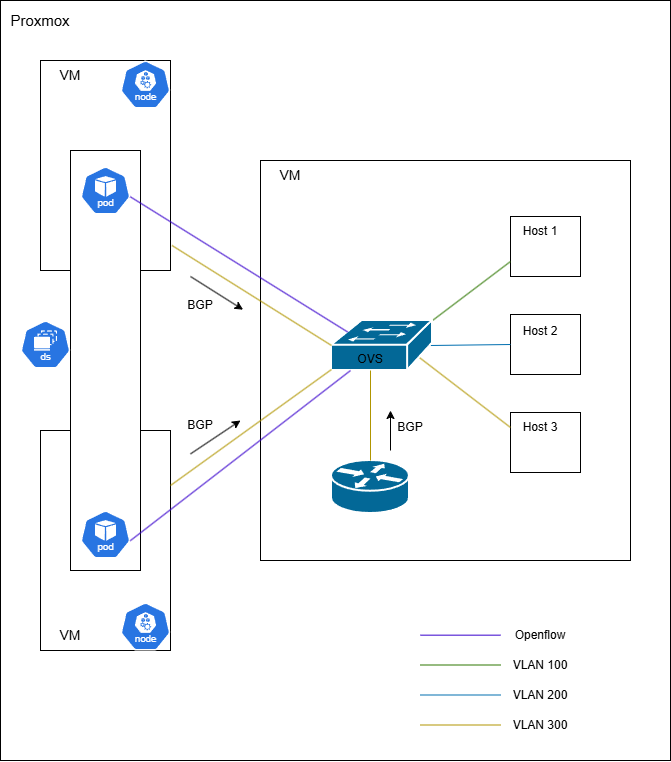
This is images/bgp_plan.drawio.png from bmzsombi/diplomaterv, a draw.io export, as it was before one commit. Source tidied: cells renumbered, new cells last; positions are measured from the earlier drawing's top-left corner, leaving out a move shared by most shapes.
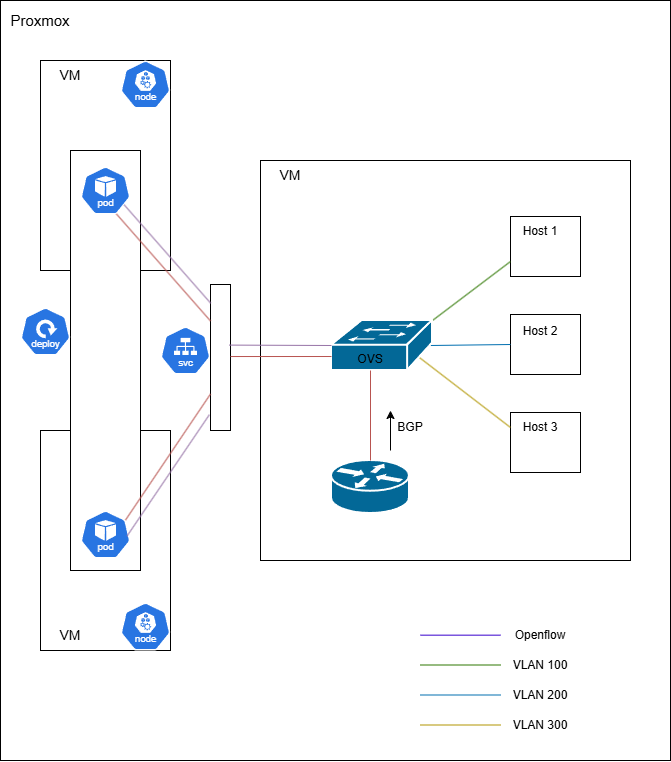
The same file after the commit.

What changed in the source:
```diff
@@ -26,9 +26,6 @@
     <mxCell id="9" style="rounded=0;whiteSpace=wrap;html=1;" parent="1" vertex="1">
       <mxGeometry x="70" y="150" width="70" height="420" as="geometry" />
     </mxCell>
-    <mxCell id="10" style="sketch=0;html=1;dashed=0;whitespace=wrap;verticalLabelPosition=bottom;verticalAlign=top;fillColor=#2875E2;strokeColor=#ffffff;shape=mxgraph.kubernetes.icon2;kubernetesLabel=1;prIcon=ds;" parent="1" vertex="1">
-      <mxGeometry x="20" y="320" width="50" height="48" as="geometry" />
-    </mxCell>
     <mxCell id="11" style="sketch=0;html=1;dashed=0;whitespace=wrap;verticalLabelPosition=bottom;verticalAlign=top;fillColor=#2875E2;strokeColor=#ffffff;points=[[0.005,0.63,0],[0.1,0.2,0],[0.9,0.2,0],[0.5,0,0],[0.995,0.63,0],[0.72,0.99,0],[0.5,1,0],[0.28,0.99,0]];shape=mxgraph.kubernetes.icon2;kubernetesLabel=1;prIcon=pod;" parent="1" vertex="1">
       <mxGeometry x="80" y="510" width="50" height="48" as="geometry" />
     </mxCell>
@@ -107,23 +104,11 @@
     <mxCell id="33" value="OVS" style="text;html=1;whiteSpace=wrap;strokeColor=none;fillColor=none;align=center;verticalAlign=middle;rounded=0;" parent="1" vertex="1">
       <mxGeometry x="340" y="344" width="60" height="30" as="geometry" />
     </mxCell>
-    <mxCell id="34" style="endArrow=none;html=1;rounded=0;entryX=0.5;entryY=0;entryDx=0;entryDy=0;fillColor=#e3c800;strokeColor=#B09500;entryPerimeter=0;" parent="1" edge="1" target="16">
+    <mxCell id="34" style="endArrow=none;html=1;rounded=0;entryX=0.5;entryY=0;entryDx=0;entryDy=0;fillColor=#f8cecc;strokeColor=#b85450;entryPerimeter=0;" parent="1" edge="1" target="16">
       <mxGeometry relative="1" as="geometry">
         <mxPoint x="370" y="370" as="sourcePoint" />
       </mxGeometry>
     </mxCell>
-    <mxCell id="35" style="endArrow=none;html=1;rounded=0;entryX=0;entryY=0.5;entryDx=0;entryDy=0;fillColor=#e3c800;strokeColor=#B09500;entryPerimeter=0;exitX=1.012;exitY=0.881;exitDx=0;exitDy=0;exitPerimeter=0;" parent="1" edge="1" source="5" target="32">
-      <mxGeometry relative="1" as="geometry" />
-    </mxCell>
-    <mxCell id="36" style="endArrow=none;html=1;rounded=0;entryX=1;entryY=0.25;entryDx=0;entryDy=0;fillColor=#e3c800;strokeColor=#B09500;exitX=0;exitY=0.98;exitDx=0;exitDy=0;exitPerimeter=0;" parent="1" edge="1" source="32" target="4">
-      <mxGeometry relative="1" as="geometry" />
-    </mxCell>
-    <mxCell id="37" style="endArrow=none;html=1;rounded=0;entryX=0.995;entryY=0.63;entryDx=0;entryDy=0;exitX=0.16;exitY=0.23;exitDx=0;exitDy=0;exitPerimeter=0;entryPerimeter=0;fillColor=#6a00ff;strokeColor=#3700CC;" parent="1" edge="1" source="32" target="12">
-      <mxGeometry relative="1" as="geometry" />
-    </mxCell>
-    <mxCell id="38" style="endArrow=none;html=1;rounded=0;entryX=0.995;entryY=0.63;entryDx=0;entryDy=0;exitX=0.167;exitY=0.867;exitDx=0;exitDy=0;entryPerimeter=0;fillColor=#6a00ff;strokeColor=#3700CC;exitPerimeter=0;" parent="1" edge="1" source="33" target="11">
-      <mxGeometry relative="1" as="geometry" />
-    </mxCell>
     <mxCell id="39" style="endArrow=none;html=1;rounded=0;fillColor=#6a00ff;strokeColor=#3700CC;" parent="1" edge="1">
       <mxGeometry relative="1" as="geometry">
         <mxPoint x="420" y="634.7" as="sourcePoint" />
@@ -133,24 +118,6 @@
     <mxCell id="40" value="Openflow" style="text;html=1;whiteSpace=wrap;strokeColor=none;fillColor=none;align=center;verticalAlign=middle;rounded=0;" parent="1" vertex="1">
       <mxGeometry x="510" y="620" width="60" height="30" as="geometry" />
     </mxCell>
-    <mxCell id="41" style="endArrow=classic;html=1;rounded=0;" parent="1" edge="1">
-      <mxGeometry relative="1" as="geometry">
-        <mxPoint x="190" y="453.4" as="sourcePoint" />
-        <mxPoint x="240" y="420" as="targetPoint" />
-      </mxGeometry>
-    </mxCell>
-    <mxCell id="42" value="BGP" style="text;html=1;whiteSpace=wrap;strokeColor=none;fillColor=none;align=center;verticalAlign=middle;rounded=0;" parent="1" vertex="1">
-      <mxGeometry x="170" y="410" width="60" height="30" as="geometry" />
-    </mxCell>
-    <mxCell id="43" style="endArrow=classic;html=1;rounded=0;entryX=0.007;entryY=0.408;entryDx=0;entryDy=0;entryPerimeter=0;" parent="1" edge="1">
-      <mxGeometry relative="1" as="geometry">
-        <mxPoint x="190" y="276" as="sourcePoint" />
-        <mxPoint x="242.6" y="309.2" as="targetPoint" />
-      </mxGeometry>
-    </mxCell>
-    <mxCell id="44" value="BGP" style="text;html=1;whiteSpace=wrap;strokeColor=none;fillColor=none;align=center;verticalAlign=middle;rounded=0;" parent="1" vertex="1">
-      <mxGeometry x="170" y="290" width="60" height="30" as="geometry" />
-    </mxCell>
     <mxCell id="45" style="endArrow=classic;html=1;rounded=0;" parent="1" edge="1">
       <mxGeometry relative="1" as="geometry">
         <mxPoint x="390" y="450" as="sourcePoint" />
@@ -160,5 +127,35 @@
     <mxCell id="46" value="BGP" style="text;html=1;whiteSpace=wrap;strokeColor=none;fillColor=none;align=center;verticalAlign=middle;rounded=0;" parent="1" vertex="1">
       <mxGeometry x="380" y="412" width="60" height="30" as="geometry" />
     </mxCell>
+    <mxCell id="47" style="sketch=0;html=1;dashed=0;whitespace=wrap;verticalLabelPosition=bottom;verticalAlign=top;fillColor=#2875E2;strokeColor=#ffffff;shape=mxgraph.kubernetes.icon2;kubernetesLabel=1;prIcon=deploy;" parent="1" vertex="1">
+      <mxGeometry x="20" y="307" width="50" height="48" as="geometry" />
+    </mxCell>
+    <mxCell id="48" style="sketch=0;html=1;dashed=0;whitespace=wrap;verticalLabelPosition=bottom;verticalAlign=top;fillColor=#2875E2;strokeColor=#ffffff;shape=mxgraph.kubernetes.icon2;kubernetesLabel=1;prIcon=svc;" parent="1" vertex="1">
+      <mxGeometry x="160" y="326" width="50" height="48" as="geometry" />
+    </mxCell>
+    <mxCell id="49" style="rounded=0;whiteSpace=wrap;html=1;" parent="1" vertex="1">
+      <mxGeometry x="210" y="284" width="20" height="146" as="geometry" />
+    </mxCell>
+    <mxCell id="50" style="endArrow=none;html=1;rounded=0;exitX=1;exitY=0.418;exitDx=0;exitDy=0;exitPerimeter=0;fillColor=#f8cecc;strokeColor=#b85450;" parent="1" edge="1">
+      <mxGeometry relative="1" as="geometry">
+        <mxPoint x="230" y="356" as="sourcePoint" />
+        <mxPoint x="331" y="356" as="targetPoint" />
+      </mxGeometry>
+    </mxCell>
+    <mxCell id="51" style="endArrow=none;html=1;rounded=0;entryX=0;entryY=0.75;entryDx=0;entryDy=0;exitX=0.9;exitY=0.2;exitDx=0;exitDy=0;exitPerimeter=0;fillColor=#f8cecc;strokeColor=#b85450;" parent="1" edge="1" source="11" target="49">
+      <mxGeometry relative="1" as="geometry" />
+    </mxCell>
+    <mxCell id="52" style="endArrow=none;html=1;rounded=0;entryX=0.72;entryY=0.99;entryDx=0;entryDy=0;entryPerimeter=0;exitX=0;exitY=0.25;exitDx=0;exitDy=0;fillColor=#f8cecc;strokeColor=#b85450;" parent="1" edge="1" source="49" target="12">
+      <mxGeometry relative="1" as="geometry" />
+    </mxCell>
+    <mxCell id="53" style="endArrow=none;html=1;rounded=0;exitX=0.939;exitY=0.415;exitDx=0;exitDy=0;exitPerimeter=0;entryX=0;entryY=0.5;entryDx=0;entryDy=0;entryPerimeter=0;fillColor=#e1d5e7;strokeColor=#9673a6;" parent="1" edge="1" source="49" target="32">
+      <mxGeometry relative="1" as="geometry" />
+    </mxCell>
+    <mxCell id="54" style="endArrow=none;html=1;rounded=0;entryX=0.872;entryY=0.796;entryDx=0;entryDy=0;entryPerimeter=0;exitX=0.014;exitY=0.129;exitDx=0;exitDy=0;exitPerimeter=0;fillColor=#e1d5e7;strokeColor=#9673a6;" parent="1" edge="1" source="49" target="12">
+      <mxGeometry relative="1" as="geometry" />
+    </mxCell>
+    <mxCell id="55" style="endArrow=none;html=1;rounded=0;exitX=0.93;exitY=0.534;exitDx=0;exitDy=0;exitPerimeter=0;entryX=-0.057;entryY=0.892;entryDx=0;entryDy=0;entryPerimeter=0;fillColor=#e1d5e7;strokeColor=#9673a6;" parent="1" edge="1" source="11" target="49">
+      <mxGeometry relative="1" as="geometry" />
+    </mxCell>
   </root>
 </mxGraphModel>
```
